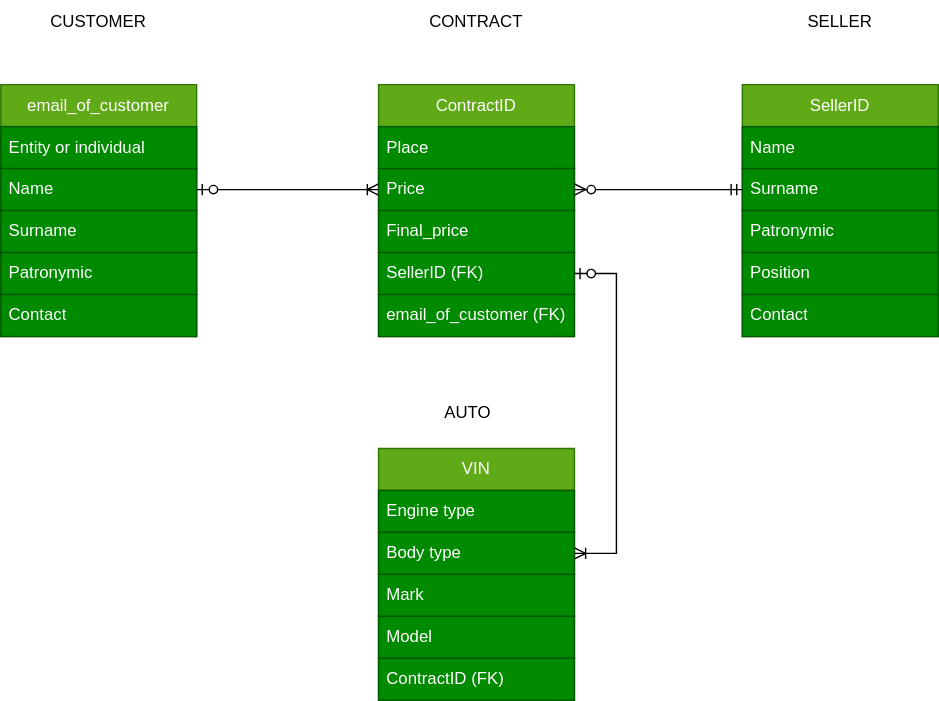
This is BD/lab4/Диаграмма без названия.drawio.svg from xb0yx2k20/MGTU, a draw.io export, as it was before one commit. Source tidied: cells renumbered, new cells last; positions are measured from the earlier drawing's top-left corner, leaving out a move shared by most shapes.
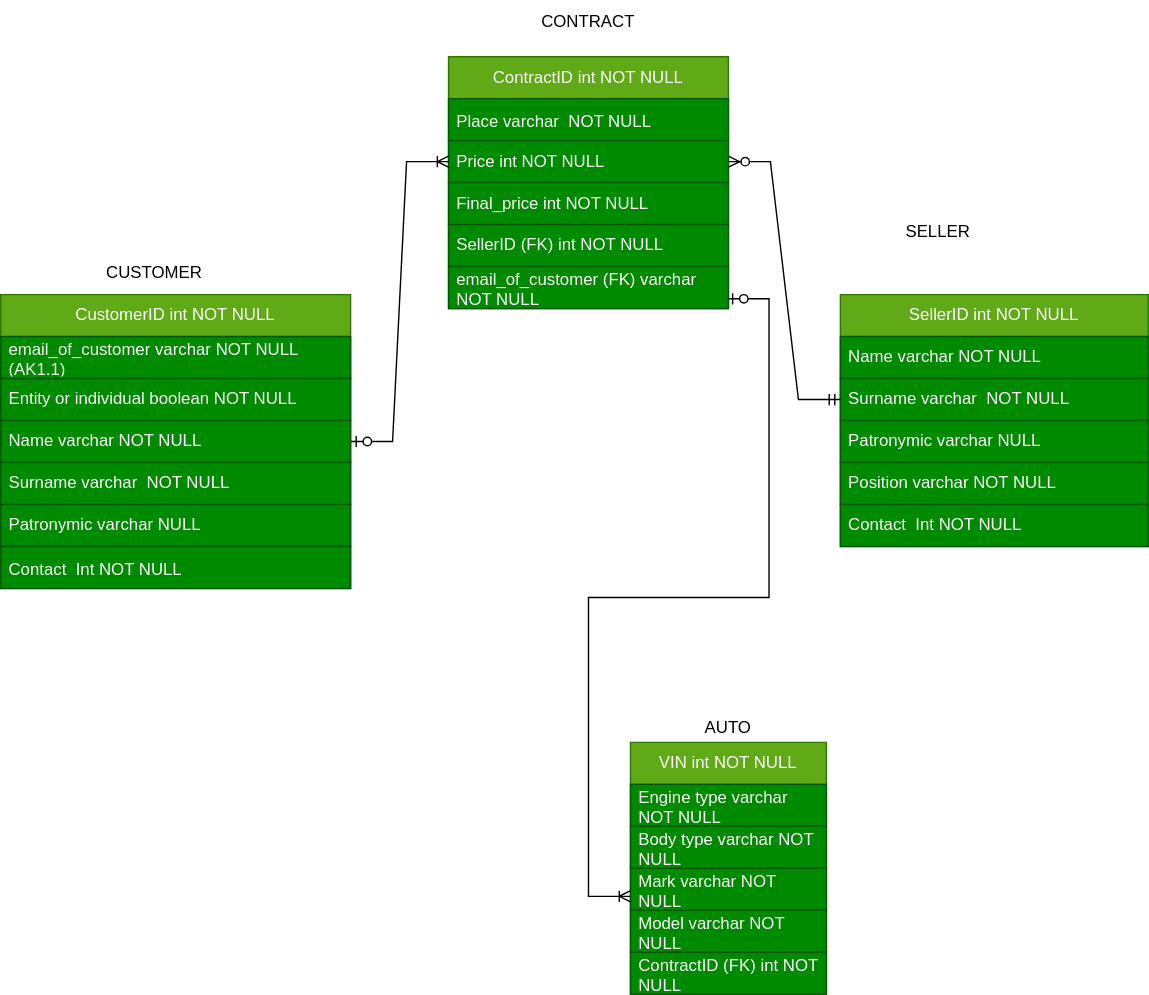
The same diagram one commit later.

Diff of the diagram source:
```diff
@@ -2,101 +2,95 @@
   <root>
     <mxCell id="0" />
     <mxCell id="1" parent="0" />
-    <mxCell id="2" value="ContractID" style="swimlane;fontStyle=0;horizontal=1;startSize=30;whiteSpace=wrap;html=1;fillColor=#60a917;strokeColor=#2D7600;fontColor=#ffffff;" parent="1" vertex="1">
-      <mxGeometry x="270" y="60" width="140" height="180" as="geometry" />
+    <mxCell id="2" value="ContractID int NOT NULL" style="swimlane;fontStyle=0;horizontal=1;startSize=30;whiteSpace=wrap;html=1;fillColor=#60a917;strokeColor=#2D7600;fontColor=#ffffff;" parent="1" vertex="1">
+      <mxGeometry x="250" y="-110" width="200" height="180" as="geometry" />
     </mxCell>
-    <mxCell id="3" value="Place" style="text;strokeColor=#005700;fillColor=#008a00;align=left;verticalAlign=middle;spacingLeft=4;spacingRight=4;overflow=hidden;whiteSpace=wrap;html=1;fontColor=#ffffff;" parent="2" vertex="1">
-      <mxGeometry y="30" width="140" height="30" as="geometry" />
+    <mxCell id="3" value="Place varchar &amp;nbsp;NOT NULL&lt;span style=&quot;caret-color: rgb(0, 0, 0); color: rgb(0, 0, 0); font-family: -webkit-standard; font-size: medium;&quot;&gt;&lt;/span&gt;" style="text;strokeColor=#005700;fillColor=#008a00;align=left;verticalAlign=middle;spacingLeft=4;spacingRight=4;overflow=hidden;whiteSpace=wrap;html=1;fontColor=#ffffff;" parent="2" vertex="1">
+      <mxGeometry y="30" width="200" height="30" as="geometry" />
     </mxCell>
-    <mxCell id="4" value="Price" style="text;strokeColor=#005700;fillColor=#008a00;align=left;verticalAlign=middle;spacingLeft=4;spacingRight=4;overflow=hidden;points=[[0,0.5],[1,0.5]];portConstraint=eastwest;whiteSpace=wrap;html=1;fontColor=#ffffff;" parent="2" vertex="1">
-      <mxGeometry y="60" width="140" height="30" as="geometry" />
+    <mxCell id="4" value="Price int NOT NULL" style="text;strokeColor=#005700;fillColor=#008a00;align=left;verticalAlign=middle;spacingLeft=4;spacingRight=4;overflow=hidden;points=[[0,0.5],[1,0.5]];portConstraint=eastwest;whiteSpace=wrap;html=1;fontColor=#ffffff;" parent="2" vertex="1">
+      <mxGeometry y="60" width="200" height="30" as="geometry" />
     </mxCell>
-    <mxCell id="5" value="Final_price" style="text;strokeColor=#005700;fillColor=#008a00;align=left;verticalAlign=middle;spacingLeft=4;spacingRight=4;overflow=hidden;whiteSpace=wrap;html=1;fontColor=#ffffff;" parent="2" vertex="1">
-      <mxGeometry y="90" width="140" height="30" as="geometry" />
+    <mxCell id="5" value="Final_price int NOT NULL" style="text;strokeColor=#005700;fillColor=#008a00;align=left;verticalAlign=middle;spacingLeft=4;spacingRight=4;overflow=hidden;whiteSpace=wrap;html=1;fontColor=#ffffff;" parent="2" vertex="1">
+      <mxGeometry y="90" width="200" height="30" as="geometry" />
     </mxCell>
-    <mxCell id="6" value="SellerID (FK)" style="text;strokeColor=#005700;fillColor=#008a00;align=left;verticalAlign=middle;spacingLeft=4;spacingRight=4;overflow=hidden;whiteSpace=wrap;html=1;fontColor=#ffffff;" parent="2" vertex="1">
-      <mxGeometry y="120" width="140" height="30" as="geometry" />
+    <mxCell id="6" value="SellerID (FK) int NOT NULL" style="text;strokeColor=#005700;fillColor=#008a00;align=left;verticalAlign=middle;spacingLeft=4;spacingRight=4;overflow=hidden;whiteSpace=wrap;html=1;fontColor=#ffffff;" parent="2" vertex="1">
+      <mxGeometry y="120" width="200" height="30" as="geometry" />
     </mxCell>
-    <mxCell id="7" value="email_of_customer (FK)" style="text;strokeColor=#005700;fillColor=#008a00;align=left;verticalAlign=middle;spacingLeft=4;spacingRight=4;overflow=hidden;points=[[0,0.5],[1,0.5]];portConstraint=eastwest;whiteSpace=wrap;html=1;fontColor=#ffffff;" parent="2" vertex="1">
-      <mxGeometry y="150" width="140" height="30" as="geometry" />
+    <mxCell id="7" value="email_of_customer (FK) varchar NOT NULL" style="text;strokeColor=#005700;fillColor=#008a00;align=left;verticalAlign=middle;spacingLeft=4;spacingRight=4;overflow=hidden;points=[[0,0.5],[1,0.5]];portConstraint=eastwest;whiteSpace=wrap;html=1;fontColor=#ffffff;" parent="2" vertex="1">
+      <mxGeometry y="150" width="200" height="30" as="geometry" />
     </mxCell>
     <mxCell id="8" value="CUSTOMER" style="text;html=1;strokeColor=none;fillColor=none;align=center;verticalAlign=middle;whiteSpace=wrap;rounded=0;" parent="1" vertex="1">
-      <mxGeometry x="40" width="60" height="30" as="geometry" />
+      <mxGeometry x="10" y="30" width="60" height="30" as="geometry" />
     </mxCell>
-    <mxCell id="9" value="SellerID" style="swimlane;fontStyle=0;horizontal=1;startSize=30;whiteSpace=wrap;html=1;fillColor=#60a917;strokeColor=#2D7600;fontColor=#ffffff;" parent="1" vertex="1">
-      <mxGeometry x="530" y="60" width="140" height="180" as="geometry" />
+    <mxCell id="9" value="SellerID int NOT NULL" style="swimlane;fontStyle=0;horizontal=1;startSize=30;whiteSpace=wrap;html=1;fillColor=#60a917;strokeColor=#2D7600;fontColor=#ffffff;" parent="1" vertex="1">
+      <mxGeometry x="530" y="60" width="220" height="180" as="geometry" />
     </mxCell>
-    <mxCell id="10" value="Name" style="text;strokeColor=#005700;fillColor=#008a00;align=left;verticalAlign=middle;spacingLeft=4;spacingRight=4;overflow=hidden;whiteSpace=wrap;html=1;fontColor=#ffffff;" parent="9" vertex="1">
-      <mxGeometry y="30" width="140" height="30" as="geometry" />
+    <mxCell id="10" value="Name varchar NOT NULL" style="text;strokeColor=#005700;fillColor=#008a00;align=left;verticalAlign=middle;spacingLeft=4;spacingRight=4;overflow=hidden;whiteSpace=wrap;html=1;fontColor=#ffffff;" parent="9" vertex="1">
+      <mxGeometry y="30" width="220" height="30" as="geometry" />
     </mxCell>
-    <mxCell id="11" value="Surname" style="text;strokeColor=#005700;fillColor=#008a00;align=left;verticalAlign=middle;spacingLeft=4;spacingRight=4;overflow=hidden;points=[[0,0.5],[1,0.5]];portConstraint=eastwest;whiteSpace=wrap;html=1;fontColor=#ffffff;" parent="9" vertex="1">
-      <mxGeometry y="60" width="140" height="30" as="geometry" />
+    <mxCell id="11" value="Surname varchar&amp;nbsp;&amp;nbsp;NOT NULL" style="text;strokeColor=#005700;fillColor=#008a00;align=left;verticalAlign=middle;spacingLeft=4;spacingRight=4;overflow=hidden;points=[[0,0.5],[1,0.5]];portConstraint=eastwest;whiteSpace=wrap;html=1;fontColor=#ffffff;" parent="9" vertex="1">
+      <mxGeometry y="60" width="220" height="30" as="geometry" />
     </mxCell>
-    <mxCell id="12" value="Patronymic" style="text;strokeColor=#005700;fillColor=#008a00;align=left;verticalAlign=middle;spacingLeft=4;spacingRight=4;overflow=hidden;whiteSpace=wrap;html=1;fontColor=#ffffff;" parent="9" vertex="1">
-      <mxGeometry y="90" width="140" height="30" as="geometry" />
+    <mxCell id="12" value="Patronymic varchar NULL" style="text;strokeColor=#005700;fillColor=#008a00;align=left;verticalAlign=middle;spacingLeft=4;spacingRight=4;overflow=hidden;whiteSpace=wrap;html=1;fontColor=#ffffff;" parent="9" vertex="1">
+      <mxGeometry y="90" width="220" height="30" as="geometry" />
     </mxCell>
-    <mxCell id="13" value="Position" style="text;strokeColor=#005700;fillColor=#008a00;align=left;verticalAlign=middle;spacingLeft=4;spacingRight=4;overflow=hidden;whiteSpace=wrap;html=1;fontColor=#ffffff;" parent="9" vertex="1">
-      <mxGeometry y="120" width="140" height="30" as="geometry" />
+    <mxCell id="13" value="Position varchar NOT NULL" style="text;strokeColor=#005700;fillColor=#008a00;align=left;verticalAlign=middle;spacingLeft=4;spacingRight=4;overflow=hidden;whiteSpace=wrap;html=1;fontColor=#ffffff;" parent="9" vertex="1">
+      <mxGeometry y="120" width="220" height="30" as="geometry" />
     </mxCell>
-    <mxCell id="14" value="Contact" style="text;strokeColor=#005700;fillColor=#008a00;align=left;verticalAlign=middle;spacingLeft=4;spacingRight=4;overflow=hidden;whiteSpace=wrap;html=1;fontColor=#ffffff;" parent="9" vertex="1">
-      <mxGeometry y="150" width="140" height="30" as="geometry" />
+    <mxCell id="14" value="Contact &amp;nbsp;Int NOT NULL" style="text;strokeColor=#005700;fillColor=#008a00;align=left;verticalAlign=middle;spacingLeft=4;spacingRight=4;overflow=hidden;whiteSpace=wrap;html=1;fontColor=#ffffff;" parent="9" vertex="1">
+      <mxGeometry y="150" width="220" height="30" as="geometry" />
     </mxCell>
-    <mxCell id="15" value="email_of_customer" style="swimlane;fontStyle=0;horizontal=1;startSize=30;whiteSpace=wrap;html=1;fillColor=#60a917;strokeColor=#2D7600;fontColor=#ffffff;" parent="1" vertex="1">
-      <mxGeometry y="60" width="140" height="180" as="geometry" />
+    <mxCell id="15" value="CustomerID int NOT NULL" style="swimlane;fontStyle=0;horizontal=1;startSize=30;whiteSpace=wrap;html=1;fillColor=#60a917;strokeColor=#2D7600;fontColor=#ffffff;" parent="1" vertex="1">
+      <mxGeometry x="-70" y="60" width="250" height="210" as="geometry" />
     </mxCell>
-    <mxCell id="16" value="Entity or individual" style="text;strokeColor=#005700;fillColor=#008a00;align=left;verticalAlign=middle;spacingLeft=4;spacingRight=4;overflow=hidden;whiteSpace=wrap;html=1;fontColor=#ffffff;" parent="15" vertex="1">
-      <mxGeometry y="30" width="140" height="30" as="geometry" />
+    <mxCell id="16" value="email_of_customer varchar NOT NULL (AK1.1)" style="text;strokeColor=#005700;fillColor=#008a00;align=left;verticalAlign=middle;spacingLeft=4;spacingRight=4;overflow=hidden;whiteSpace=wrap;html=1;fontColor=#ffffff;" parent="15" vertex="1">
+      <mxGeometry y="30" width="250" height="30" as="geometry" />
     </mxCell>
+    <mxCell id="33" value="Entity or individual boolean NOT NULL" style="text;strokeColor=#005700;fillColor=#008a00;align=left;verticalAlign=middle;spacingLeft=4;spacingRight=4;overflow=hidden;whiteSpace=wrap;html=1;fontColor=#ffffff;" parent="15" vertex="1">
+      <mxGeometry y="60" width="250" height="30" as="geometry" />
+    </mxCell>
-    <mxCell id="17" value="Name" style="text;strokeColor=#005700;fillColor=#008a00;align=left;verticalAlign=middle;spacingLeft=4;spacingRight=4;overflow=hidden;points=[[0,0.5],[1,0.5]];portConstraint=eastwest;whiteSpace=wrap;html=1;fontColor=#ffffff;" parent="15" vertex="1">
-      <mxGeometry y="60" width="140" height="30" as="geometry" />
+    <mxCell id="17" value="Name varchar NOT NULL" style="text;strokeColor=#005700;fillColor=#008a00;align=left;verticalAlign=middle;spacingLeft=4;spacingRight=4;overflow=hidden;points=[[0,0.5],[1,0.5]];portConstraint=eastwest;whiteSpace=wrap;html=1;fontColor=#ffffff;" parent="15" vertex="1">
+      <mxGeometry y="90" width="250" height="30" as="geometry" />
     </mxCell>
-    <mxCell id="18" value="Surname" style="text;strokeColor=#005700;fillColor=#008a00;align=left;verticalAlign=middle;spacingLeft=4;spacingRight=4;overflow=hidden;whiteSpace=wrap;html=1;fontColor=#ffffff;" parent="15" vertex="1">
-      <mxGeometry y="90" width="140" height="30" as="geometry" />
+    <mxCell id="18" value="Surname varchar&amp;nbsp;&amp;nbsp;NOT NULL" style="text;strokeColor=#005700;fillColor=#008a00;align=left;verticalAlign=middle;spacingLeft=4;spacingRight=4;overflow=hidden;whiteSpace=wrap;html=1;fontColor=#ffffff;" parent="15" vertex="1">
+      <mxGeometry y="120" width="250" height="30" as="geometry" />
     </mxCell>
-    <mxCell id="19" value="Patronymic" style="text;strokeColor=#005700;fillColor=#008a00;align=left;verticalAlign=middle;spacingLeft=4;spacingRight=4;overflow=hidden;whiteSpace=wrap;html=1;fontColor=#ffffff;" parent="15" vertex="1">
-      <mxGeometry y="120" width="140" height="30" as="geometry" />
+    <mxCell id="19" value="Patronymic varchar NULL" style="text;strokeColor=#005700;fillColor=#008a00;align=left;verticalAlign=middle;spacingLeft=4;spacingRight=4;overflow=hidden;whiteSpace=wrap;html=1;fontColor=#ffffff;" parent="15" vertex="1">
+      <mxGeometry y="150" width="250" height="30" as="geometry" />
     </mxCell>
-    <mxCell id="20" value="Contact" style="text;strokeColor=#005700;fillColor=#008a00;align=left;verticalAlign=middle;spacingLeft=4;spacingRight=4;overflow=hidden;whiteSpace=wrap;html=1;fontColor=#ffffff;" parent="15" vertex="1">
-      <mxGeometry y="150" width="140" height="30" as="geometry" />
+    <mxCell id="20" value="Contact &amp;nbsp;Int NOT NULL&lt;span style=&quot;caret-color: rgb(0, 0, 0); color: rgb(0, 0, 0); font-family: -webkit-standard; font-size: medium;&quot;&gt;&lt;/span&gt;" style="text;strokeColor=#005700;fillColor=#008a00;align=left;verticalAlign=middle;spacingLeft=4;spacingRight=4;overflow=hidden;whiteSpace=wrap;html=1;fontColor=#ffffff;" parent="15" vertex="1">
+      <mxGeometry y="180" width="250" height="30" as="geometry" />
     </mxCell>
-    <mxCell id="21" value="VIN" style="swimlane;fontStyle=0;horizontal=1;startSize=30;whiteSpace=wrap;html=1;fillColor=#60a917;strokeColor=#2D7600;fontColor=#ffffff;" parent="1" vertex="1">
-      <mxGeometry x="270" y="320" width="140" height="180" as="geometry" />
+    <mxCell id="21" value="VIN int NOT NULL" style="swimlane;fontStyle=0;horizontal=1;startSize=30;whiteSpace=wrap;html=1;fillColor=#60a917;strokeColor=#2D7600;fontColor=#ffffff;" parent="1" vertex="1">
+      <mxGeometry x="380" y="380" width="140" height="180" as="geometry" />
     </mxCell>
-    <mxCell id="22" value="Engine type" style="text;strokeColor=#005700;fillColor=#008a00;align=left;verticalAlign=middle;spacingLeft=4;spacingRight=4;overflow=hidden;whiteSpace=wrap;html=1;fontColor=#ffffff;" parent="21" vertex="1">
+    <mxCell id="22" value="Engine type varchar NOT NULL" style="text;strokeColor=#005700;fillColor=#008a00;align=left;verticalAlign=middle;spacingLeft=4;spacingRight=4;overflow=hidden;whiteSpace=wrap;html=1;fontColor=#ffffff;" parent="21" vertex="1">
       <mxGeometry y="30" width="140" height="30" as="geometry" />
     </mxCell>
-    <mxCell id="23" value="Body type" style="text;strokeColor=#005700;fillColor=#008a00;align=left;verticalAlign=middle;spacingLeft=4;spacingRight=4;overflow=hidden;points=[[0,0.5],[1,0.5]];portConstraint=eastwest;whiteSpace=wrap;html=1;fontColor=#ffffff;" parent="21" vertex="1">
+    <mxCell id="23" value="Body type varchar NOT NULL" style="text;strokeColor=#005700;fillColor=#008a00;align=left;verticalAlign=middle;spacingLeft=4;spacingRight=4;overflow=hidden;points=[[0,0.5],[1,0.5]];portConstraint=eastwest;whiteSpace=wrap;html=1;fontColor=#ffffff;" parent="21" vertex="1">
       <mxGeometry y="60" width="140" height="30" as="geometry" />
     </mxCell>
-    <mxCell id="24" value="Mark" style="text;strokeColor=#005700;fillColor=#008a00;align=left;verticalAlign=middle;spacingLeft=4;spacingRight=4;overflow=hidden;whiteSpace=wrap;html=1;fontColor=#ffffff;" parent="21" vertex="1">
+    <mxCell id="24" value="Mark varchar NOT NULL" style="text;strokeColor=#005700;fillColor=#008a00;align=left;verticalAlign=middle;spacingLeft=4;spacingRight=4;overflow=hidden;whiteSpace=wrap;html=1;fontColor=#ffffff;" parent="21" vertex="1">
       <mxGeometry y="90" width="140" height="30" as="geometry" />
     </mxCell>
-    <mxCell id="25" value="Model" style="text;strokeColor=#005700;fillColor=#008a00;align=left;verticalAlign=middle;spacingLeft=4;spacingRight=4;overflow=hidden;whiteSpace=wrap;html=1;fontColor=#ffffff;" parent="21" vertex="1">
+    <mxCell id="25" value="Model varchar NOT NULL" style="text;strokeColor=#005700;fillColor=#008a00;align=left;verticalAlign=middle;spacingLeft=4;spacingRight=4;overflow=hidden;whiteSpace=wrap;html=1;fontColor=#ffffff;" parent="21" vertex="1">
       <mxGeometry y="120" width="140" height="30" as="geometry" />
     </mxCell>
-    <mxCell id="26" value="ContractID (FK)" style="text;strokeColor=#005700;fillColor=#008a00;align=left;verticalAlign=middle;spacingLeft=4;spacingRight=4;overflow=hidden;whiteSpace=wrap;html=1;fontColor=#ffffff;" parent="21" vertex="1">
+    <mxCell id="26" value="ContractID (FK) int NOT NULL" style="text;strokeColor=#005700;fillColor=#008a00;align=left;verticalAlign=middle;spacingLeft=4;spacingRight=4;overflow=hidden;whiteSpace=wrap;html=1;fontColor=#ffffff;" parent="21" vertex="1">
       <mxGeometry y="150" width="140" height="30" as="geometry" />
     </mxCell>
     <mxCell id="27" style="edgeStyle=entityRelationEdgeStyle;fontSize=12;html=1;endArrow=ERzeroToMany;startArrow=ERmandOne;rounded=0;exitX=0;exitY=0.5;exitDx=0;exitDy=0;" parent="1" edge="1" source="11" target="4">
       <mxGeometry relative="1" as="geometry" />
     </mxCell>
-    <mxCell id="28" style="edgeStyle=entityRelationEdgeStyle;fontSize=12;html=1;endArrow=ERoneToMany;startArrow=ERzeroToOne;rounded=0;entryX=1;entryY=0.5;entryDx=0;entryDy=0;exitX=1;exitY=0.75;exitDx=0;exitDy=0;" parent="1" edge="1" source="2" target="23">
-      <mxGeometry relative="1" as="geometry">
-        <Array as="points">
-          <mxPoint x="552" y="455" />
-          <mxPoint x="542" y="555" />
-          <mxPoint x="612" y="385" />
-        </Array>
-      </mxGeometry>
-    </mxCell>
     <mxCell id="29" value="CONTRACT" style="text;html=1;strokeColor=none;fillColor=none;align=center;verticalAlign=middle;whiteSpace=wrap;rounded=0;" parent="1" vertex="1">
-      <mxGeometry x="310" width="60" height="30" as="geometry" />
+      <mxGeometry x="320" y="-150" width="60" height="30" as="geometry" />
     </mxCell>
     <mxCell id="30" value="SELLER" style="text;html=1;strokeColor=none;fillColor=none;align=center;verticalAlign=middle;whiteSpace=wrap;rounded=0;" parent="1" vertex="1">
       <mxGeometry x="570" width="60" height="30" as="geometry" />
     </mxCell>
     <mxCell id="31" value="AUTO" style="text;html=1;strokeColor=none;fillColor=none;align=center;verticalAlign=middle;whiteSpace=wrap;rounded=0;" parent="1" vertex="1">
-      <mxGeometry x="304" y="280" width="60" height="30" as="geometry" />
+      <mxGeometry x="420" y="355" width="60" height="30" as="geometry" />
     </mxCell>
     <mxCell id="32" style="edgeStyle=entityRelationEdgeStyle;fontSize=12;html=1;endArrow=ERoneToMany;startArrow=ERzeroToOne;rounded=0;entryX=0;entryY=0.5;entryDx=0;entryDy=0;exitX=1;exitY=0.5;exitDx=0;exitDy=0;" parent="1" edge="1" source="17" target="4">
       <mxGeometry relative="1" as="geometry">
@@ -107,5 +101,15 @@
         </Array>
       </mxGeometry>
     </mxCell>
+    <mxCell id="28" style="edgeStyle=entityRelationEdgeStyle;fontSize=12;html=1;endArrow=ERoneToMany;startArrow=ERzeroToOne;rounded=0;entryX=1;entryY=0.5;entryDx=0;entryDy=0;exitX=0.995;exitY=0.767;exitDx=0;exitDy=0;exitPerimeter=0;" parent="1" edge="1" source="7">
+      <mxGeometry relative="1" as="geometry">
+        <mxPoint x="380" y="490" as="targetPoint" />
+        <Array as="points">
+          <mxPoint x="522" y="550" />
+          <mxPoint x="512" y="650" />
+          <mxPoint x="582" y="480" />
+        </Array>
+      </mxGeometry>
+    </mxCell>
   </root>
 </mxGraphModel>
```
